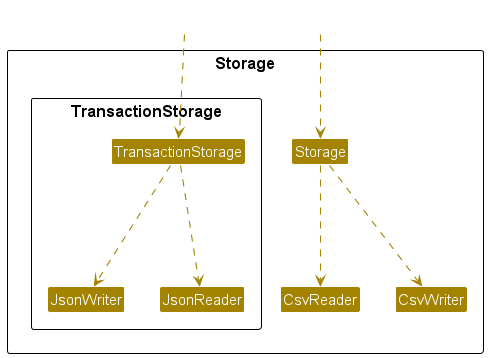
leongxingyu/tp keeps this PlantUML diagram as docs/images/StorageClassDiagram.png. Above is the earlier version.
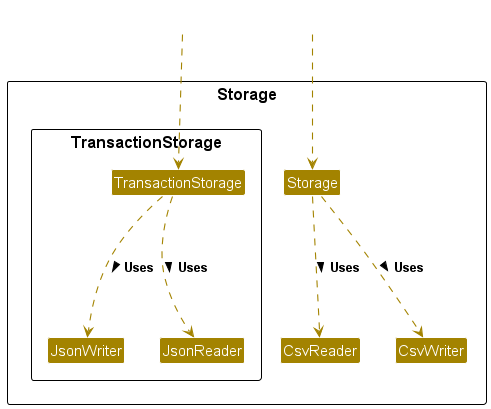
After the commit.

The edit, as a diff of the source:
```diff
@@ -23,10 +23,10 @@
 HiddenOuts .> TransactionStorage
 HiddenOuts -[hidden].> Storage
 
-Storage -down..> CsvWriter
-Storage -down..> CsvReader
+Storage -down..> CsvWriter : Uses >
+Storage -down..> CsvReader : Uses >
 
-TransactionStorage -down..> JsonWriter
-TransactionStorage -down..> JsonReader
+TransactionStorage -down..> JsonWriter : Uses >
+TransactionStorage -down..> JsonReader : Uses >
 
 @enduml
```
